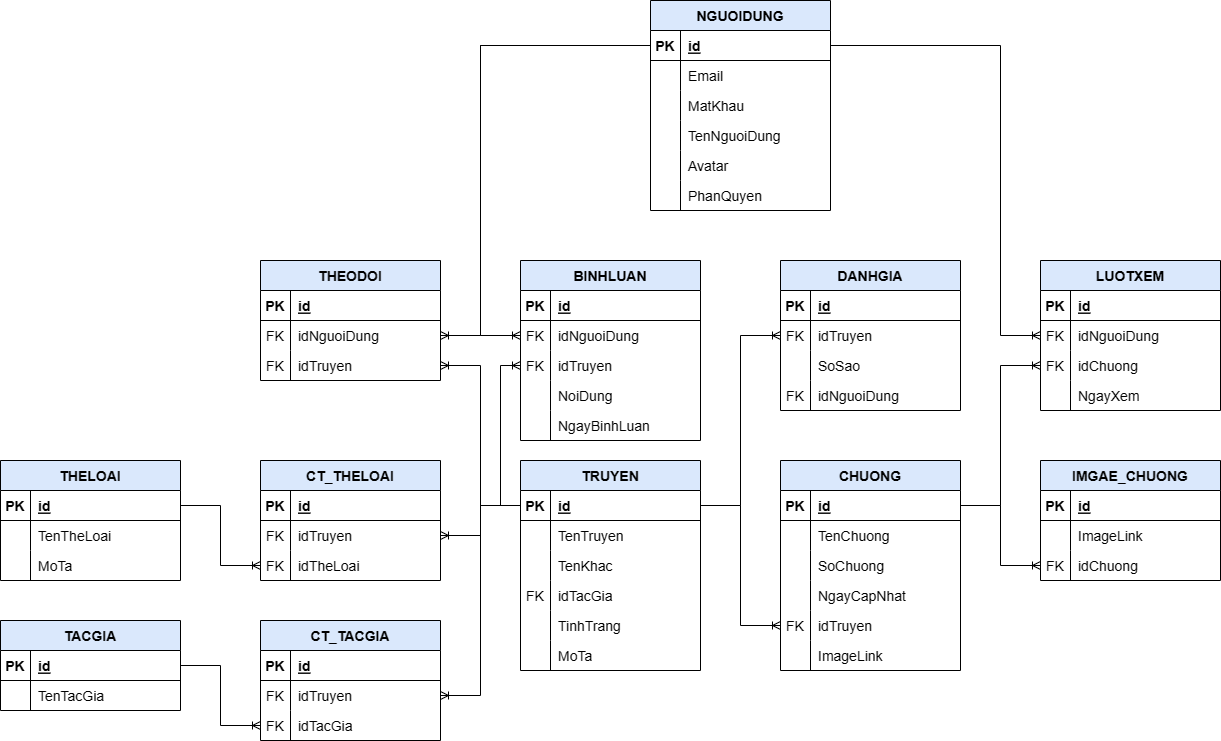
Before: ERD.png, a diagram exported from draw.io (nguyenhuutu270402/App-Comic-Reading). Source tidied: cells renumbered, new cells last; positions are measured from the earlier drawing's top-left corner, leaving out a move shared by most shapes.
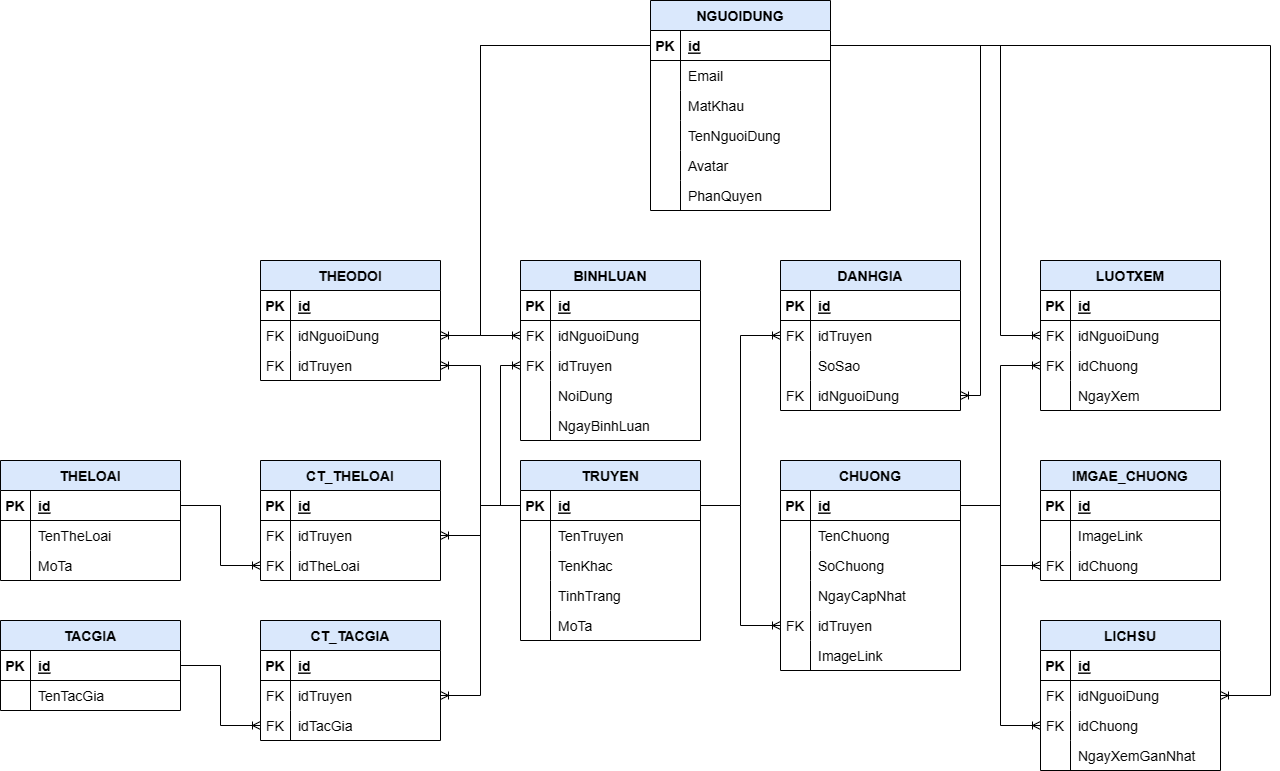
The same diagram one commit later.

What changed in the source:
```diff
@@ -33,7 +33,7 @@
       <mxGeometry x="30" width="150" height="30" as="geometry" />
     </mxCell>
     <mxCell id="12" value="TRUYEN" style="shape=table;startSize=30;rowLines=0;fontStyle=1;align=center;labelBackgroundColor=none;fillColor=#dae8fc;strokeColor=#000000;fontSize=14;" parent="1" vertex="1">
-      <mxGeometry x="520" y="460" width="180" height="210" as="geometry" />
+      <mxGeometry x="520" y="460" width="180" height="180" as="geometry" />
     </mxCell>
     <mxCell id="13" style="shape=tableRow;horizontal=0;startSize=0;swimlaneHead=0;swimlaneBody=0;fillColor=none;points=[[0,0.5],[1,0.5]];portConstraint=eastwest;top=0;left=0;right=0;bottom=1;fontSize=14;" parent="12" vertex="1">
       <mxGeometry y="30" width="180" height="30" as="geometry" />
@@ -62,17 +62,8 @@
     <mxCell id="21" value="TenKhac" style="shape=partialRectangle;fillColor=none;top=0;left=0;bottom=0;right=0;align=left;spacingLeft=6;overflow=hidden;fontSize=14;" parent="19" vertex="1">
       <mxGeometry x="30" width="150" height="30" as="geometry" />
     </mxCell>
-    <mxCell id="22" style="shape=tableRow;horizontal=0;startSize=0;swimlaneHead=0;swimlaneBody=0;fillColor=none;top=0;left=0;right=0;bottom=0;fontSize=14;" parent="12" vertex="1">
-      <mxGeometry y="120" width="180" height="30" as="geometry" />
-    </mxCell>
-    <mxCell id="23" value="FK" style="shape=partialRectangle;fillColor=none;top=0;left=0;bottom=0;right=0;overflow=hidden;fontSize=14;" parent="22" vertex="1">
-      <mxGeometry width="30" height="30" as="geometry" />
-    </mxCell>
-    <mxCell id="24" value="idTacGia" style="shape=partialRectangle;fillColor=none;top=0;left=0;bottom=0;right=0;align=left;spacingLeft=6;overflow=hidden;fontSize=14;" parent="22" vertex="1">
-      <mxGeometry x="30" width="150" height="30" as="geometry" />
-    </mxCell>
     <mxCell id="25" style="shape=tableRow;horizontal=0;startSize=0;swimlaneHead=0;swimlaneBody=0;fillColor=none;top=0;left=0;right=0;bottom=0;fontSize=14;" parent="12" vertex="1">
-      <mxGeometry y="150" width="180" height="30" as="geometry" />
+      <mxGeometry y="120" width="180" height="30" as="geometry" />
     </mxCell>
     <mxCell id="26" style="shape=partialRectangle;fillColor=none;top=0;left=0;bottom=0;right=0;overflow=hidden;fontSize=14;" parent="25" vertex="1">
       <mxGeometry width="30" height="30" as="geometry" />
@@ -81,7 +72,7 @@
       <mxGeometry x="30" width="150" height="30" as="geometry" />
     </mxCell>
     <mxCell id="28" style="shape=tableRow;horizontal=0;startSize=0;swimlaneHead=0;swimlaneBody=0;fillColor=none;top=0;left=0;right=0;bottom=0;fontSize=14;" parent="12" vertex="1">
-      <mxGeometry y="180" width="180" height="30" as="geometry" />
+      <mxGeometry y="150" width="180" height="30" as="geometry" />
     </mxCell>
     <mxCell id="29" style="shape=partialRectangle;fillColor=none;top=0;left=0;bottom=0;right=0;overflow=hidden;fontSize=14;" parent="28" vertex="1">
       <mxGeometry width="30" height="30" as="geometry" />
@@ -426,11 +417,11 @@
     <mxCell id="139" style="edgeStyle=orthogonalEdgeStyle;fontSize=12;html=1;endArrow=ERoneToMany;rounded=0;exitX=1;exitY=0.5;exitDx=0;exitDy=0;entryX=0;entryY=0.5;entryDx=0;entryDy=0;" parent="1" edge="1" source="39" target="131">
       <mxGeometry relative="1" as="geometry" />
     </mxCell>
-    <mxCell id="140" style="edgeStyle=orthogonalEdgeStyle;fontSize=12;html=1;endArrow=ERoneToMany;rounded=0;exitX=1;exitY=0.5;exitDx=0;exitDy=0;entryX=0;entryY=0.5;entryDx=0;entryDy=0;" parent="1" edge="1" source="106" target="128">
+    <mxCell id="140" style="edgeStyle=orthogonalEdgeStyle;fontSize=12;html=1;endArrow=ERoneToMany;rounded=0;exitX=1;exitY=0.5;exitDx=0;exitDy=0;entryX=1;entryY=0.5;entryDx=0;entryDy=0;" parent="1" edge="1" source="106" target="91">
       <mxGeometry relative="1" as="geometry">
         <Array as="points">
-          <mxPoint x="1000" y="45" />
-          <mxPoint x="1000" y="335" />
+          <mxPoint x="980" y="45" />
+          <mxPoint x="980" y="395" />
         </Array>
       </mxGeometry>
     </mxCell>
@@ -534,5 +525,68 @@
         </Array>
       </mxGeometry>
     </mxCell>
+    <mxCell id="171" value="LICHSU" style="shape=table;startSize=30;rowLines=0;fontStyle=1;align=center;labelBackgroundColor=none;fillColor=#dae8fc;strokeColor=#000000;fontSize=14;" parent="1" vertex="1">
+      <mxGeometry x="1040" y="620" width="180" height="150" as="geometry" />
+    </mxCell>
+    <mxCell id="172" style="shape=tableRow;horizontal=0;startSize=0;swimlaneHead=0;swimlaneBody=0;fillColor=none;top=0;left=0;right=0;bottom=1;fontSize=14;" parent="171" vertex="1">
+      <mxGeometry y="30" width="180" height="30" as="geometry" />
+    </mxCell>
+    <mxCell id="173" value="PK" style="shape=partialRectangle;fillColor=none;top=0;left=0;bottom=0;right=0;fontStyle=1;overflow=hidden;fontSize=14;" parent="172" vertex="1">
+      <mxGeometry width="30" height="30" as="geometry" />
+    </mxCell>
+    <mxCell id="174" value="id" style="shape=partialRectangle;fillColor=none;top=0;left=0;bottom=0;right=0;align=left;spacingLeft=6;fontStyle=5;overflow=hidden;fontSize=14;" parent="172" vertex="1">
+      <mxGeometry x="30" width="150" height="30" as="geometry" />
+    </mxCell>
+    <mxCell id="175" style="shape=tableRow;horizontal=0;startSize=0;swimlaneHead=0;swimlaneBody=0;fillColor=none;points=[[0,0.5],[1,0.5]];portConstraint=eastwest;top=0;left=0;right=0;bottom=0;fontSize=14;" parent="171" vertex="1">
+      <mxGeometry y="60" width="180" height="30" as="geometry" />
+    </mxCell>
+    <mxCell id="176" value="FK" style="shape=partialRectangle;fillColor=none;top=0;left=0;bottom=0;right=0;overflow=hidden;fontSize=14;" parent="175" vertex="1">
+      <mxGeometry width="30" height="30" as="geometry" />
+    </mxCell>
+    <mxCell id="177" value="idNguoiDung" style="shape=partialRectangle;fillColor=none;top=0;left=0;bottom=0;right=0;align=left;spacingLeft=6;overflow=hidden;fontSize=14;" parent="175" vertex="1">
+      <mxGeometry x="30" width="150" height="30" as="geometry" />
+    </mxCell>
+    <mxCell id="178" style="shape=tableRow;horizontal=0;startSize=0;swimlaneHead=0;swimlaneBody=0;fillColor=none;points=[[0,0.5],[1,0.5]];portConstraint=eastwest;top=0;left=0;right=0;bottom=0;fontSize=14;" parent="171" vertex="1">
+      <mxGeometry y="90" width="180" height="30" as="geometry" />
+    </mxCell>
+    <mxCell id="179" value="FK" style="shape=partialRectangle;fillColor=none;top=0;left=0;bottom=0;right=0;overflow=hidden;fontSize=14;" parent="178" vertex="1">
+      <mxGeometry width="30" height="30" as="geometry" />
+    </mxCell>
+    <mxCell id="180" value="idChuong" style="shape=partialRectangle;fillColor=none;top=0;left=0;bottom=0;right=0;align=left;spacingLeft=6;overflow=hidden;fontSize=14;" parent="178" vertex="1">
+      <mxGeometry x="30" width="150" height="30" as="geometry" />
+    </mxCell>
+    <mxCell id="22" style="shape=tableRow;horizontal=0;startSize=0;swimlaneHead=0;swimlaneBody=0;fillColor=none;top=0;left=0;right=0;bottom=0;fontSize=14;" parent="171" vertex="1">
+      <mxGeometry y="120" width="180" height="30" as="geometry" />
+    </mxCell>
+    <mxCell id="181" style="shape=partialRectangle;fillColor=none;top=0;left=0;bottom=0;right=0;overflow=hidden;fontSize=14;" parent="22" vertex="1">
+      <mxGeometry width="30" height="30" as="geometry" />
+    </mxCell>
+    <mxCell id="182" value="NgayXemGanNhat" style="shape=partialRectangle;fillColor=none;top=0;left=0;bottom=0;right=0;align=left;spacingLeft=6;overflow=hidden;fontSize=14;" parent="22" vertex="1">
+      <mxGeometry x="30" width="150" height="30" as="geometry" />
+    </mxCell>
+    <mxCell id="183" style="edgeStyle=orthogonalEdgeStyle;fontSize=12;html=1;endArrow=ERoneToMany;rounded=0;entryX=0;entryY=0.5;entryDx=0;entryDy=0;exitX=1;exitY=0.5;exitDx=0;exitDy=0;" parent="1" edge="1" source="39" target="178">
+      <mxGeometry relative="1" as="geometry">
+        <Array as="points">
+          <mxPoint x="1000" y="505" />
+          <mxPoint x="1000" y="725" />
+        </Array>
+      </mxGeometry>
+    </mxCell>
+    <mxCell id="184" style="fontSize=12;html=1;endArrow=ERoneToMany;rounded=0;edgeStyle=orthogonalEdgeStyle;entryX=1;entryY=0.5;entryDx=0;entryDy=0;exitX=1;exitY=0.5;exitDx=0;exitDy=0;" parent="1" edge="1" source="106" target="175">
+      <mxGeometry relative="1" as="geometry">
+        <Array as="points">
+          <mxPoint x="1270" y="45" />
+          <mxPoint x="1270" y="695" />
+        </Array>
+      </mxGeometry>
+    </mxCell>
+    <mxCell id="185" style="edgeStyle=orthogonalEdgeStyle;fontSize=12;html=1;endArrow=ERoneToMany;rounded=0;exitX=1;exitY=0.5;exitDx=0;exitDy=0;entryX=0;entryY=0.5;entryDx=0;entryDy=0;" parent="1" edge="1" source="106" target="128">
+      <mxGeometry relative="1" as="geometry">
+        <Array as="points">
+          <mxPoint x="1000" y="45" />
+          <mxPoint x="1000" y="335" />
+        </Array>
+      </mxGeometry>
+    </mxCell>
   </root>
 </mxGraphModel>
```
